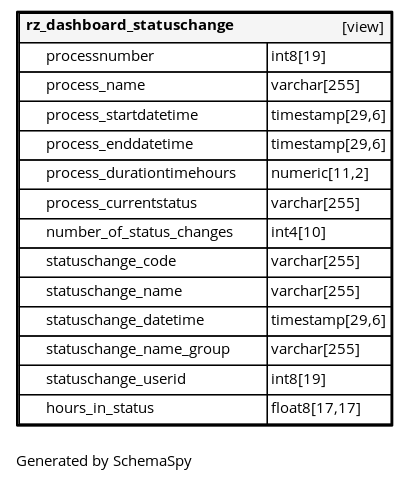
Above: db_standardzone_version01/diagrams/tables/rz_dashboard_statuschange.1degree.png in fyndoo/fyndoo.github.io (Graphviz), before the change. Its source is kept beside it as db_standardzone_version01/diagrams/tables/rz_dashboard_statuschange.1degree.dot.
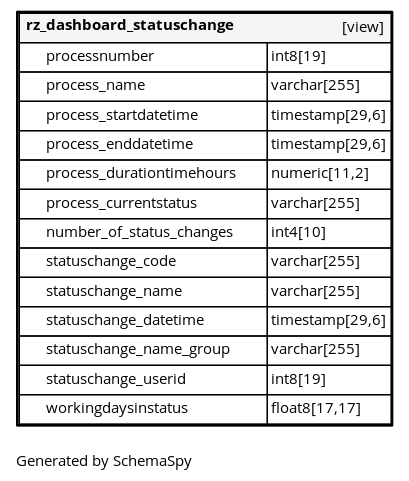
After the commit.

The edit, as a diff of the source:
```diff
@@ -34,7 +34,7 @@
       <TR><TD PORT="statuschange_datetime" COLSPAN="2" ALIGN="LEFT"><TABLE BORDER="0" CELLSPACING="0" ALIGN="LEFT"><TR ALIGN="LEFT"><TD ALIGN="LEFT" FIXEDSIZE="TRUE" WIDTH="15" HEIGHT="16"></TD><TD ALIGN="LEFT" FIXEDSIZE="TRUE" WIDTH="165" HEIGHT="16">statuschange_datetime</TD></TR></TABLE></TD><TD PORT="statuschange_datetime.type" ALIGN="LEFT">timestamp[29,6]</TD></TR>
       <TR><TD PORT="statuschange_name_group" COLSPAN="2" ALIGN="LEFT"><TABLE BORDER="0" CELLSPACING="0" ALIGN="LEFT"><TR ALIGN="LEFT"><TD ALIGN="LEFT" FIXEDSIZE="TRUE" WIDTH="15" HEIGHT="16"></TD><TD ALIGN="LEFT" FIXEDSIZE="TRUE" WIDTH="165" HEIGHT="16">statuschange_name_group</TD></TR></TABLE></TD><TD PORT="statuschange_name_group.type" ALIGN="LEFT">varchar[255]</TD></TR>
       <TR><TD PORT="statuschange_userid" COLSPAN="2" ALIGN="LEFT"><TABLE BORDER="0" CELLSPACING="0" ALIGN="LEFT"><TR ALIGN="LEFT"><TD ALIGN="LEFT" FIXEDSIZE="TRUE" WIDTH="15" HEIGHT="16"></TD><TD ALIGN="LEFT" FIXEDSIZE="TRUE" WIDTH="165" HEIGHT="16">statuschange_userid</TD></TR></TABLE></TD><TD PORT="statuschange_userid.type" ALIGN="LEFT">int8[19]</TD></TR>
-      <TR><TD PORT="hours_in_status" COLSPAN="2" ALIGN="LEFT"><TABLE BORDER="0" CELLSPACING="0" ALIGN="LEFT"><TR ALIGN="LEFT"><TD ALIGN="LEFT" FIXEDSIZE="TRUE" WIDTH="15" HEIGHT="16"></TD><TD ALIGN="LEFT" FIXEDSIZE="TRUE" WIDTH="165" HEIGHT="16">hours_in_status</TD></TR></TABLE></TD><TD PORT="hours_in_status.type" ALIGN="LEFT">float8[17,17]</TD></TR>
+      <TR><TD PORT="workingdaysinstatus" COLSPAN="2" ALIGN="LEFT"><TABLE BORDER="0" CELLSPACING="0" ALIGN="LEFT"><TR ALIGN="LEFT"><TD ALIGN="LEFT" FIXEDSIZE="TRUE" WIDTH="15" HEIGHT="16"></TD><TD ALIGN="LEFT" FIXEDSIZE="TRUE" WIDTH="165" HEIGHT="16">workingdaysinstatus</TD></TR></TABLE></TD><TD PORT="workingdaysinstatus.type" ALIGN="LEFT">float8[17,17]</TD></TR>
     </TABLE>>
     URL="rz_dashboard_statuschange.html"
     target="_top"
```
